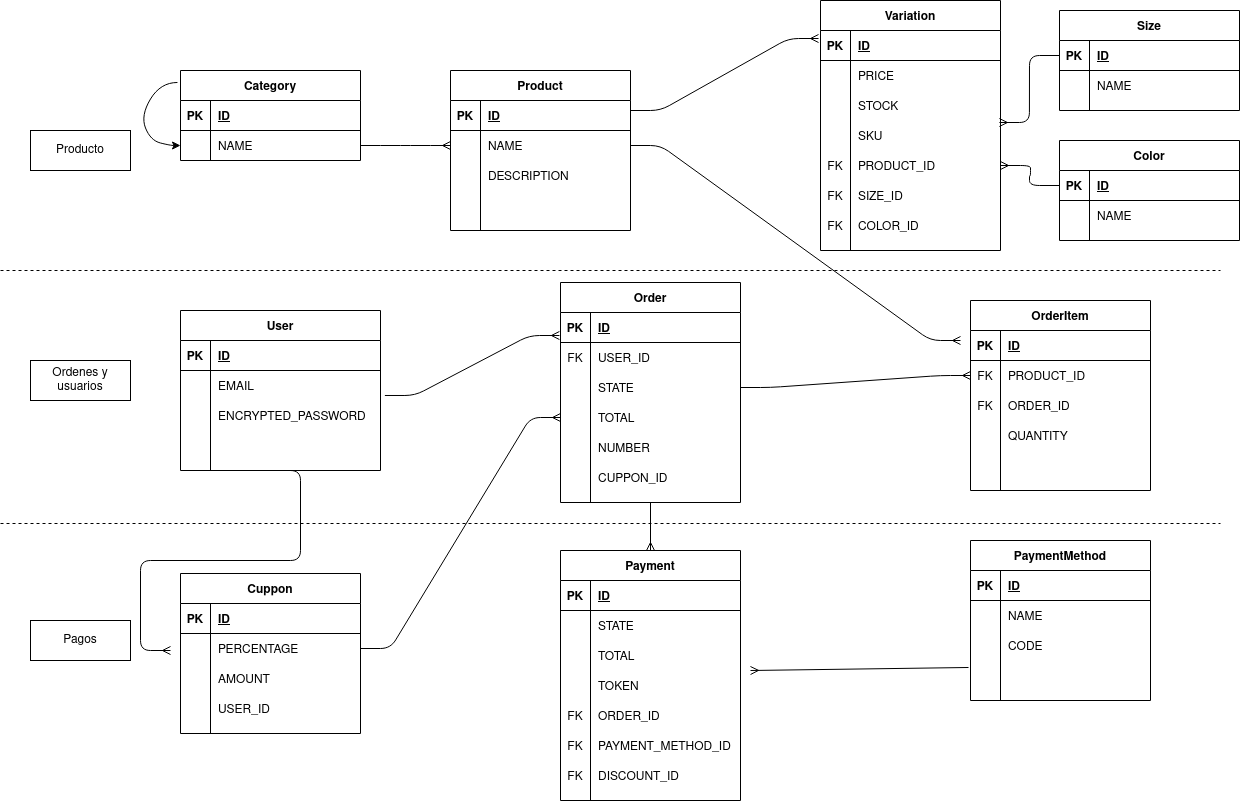
Above: ecommerce.png in gilibethvega/e-comerce (draw.io), before the change. Source tidied: cells renumbered, new cells last; positions are measured from the earlier drawing's top-left corner, leaving out a move shared by most shapes.
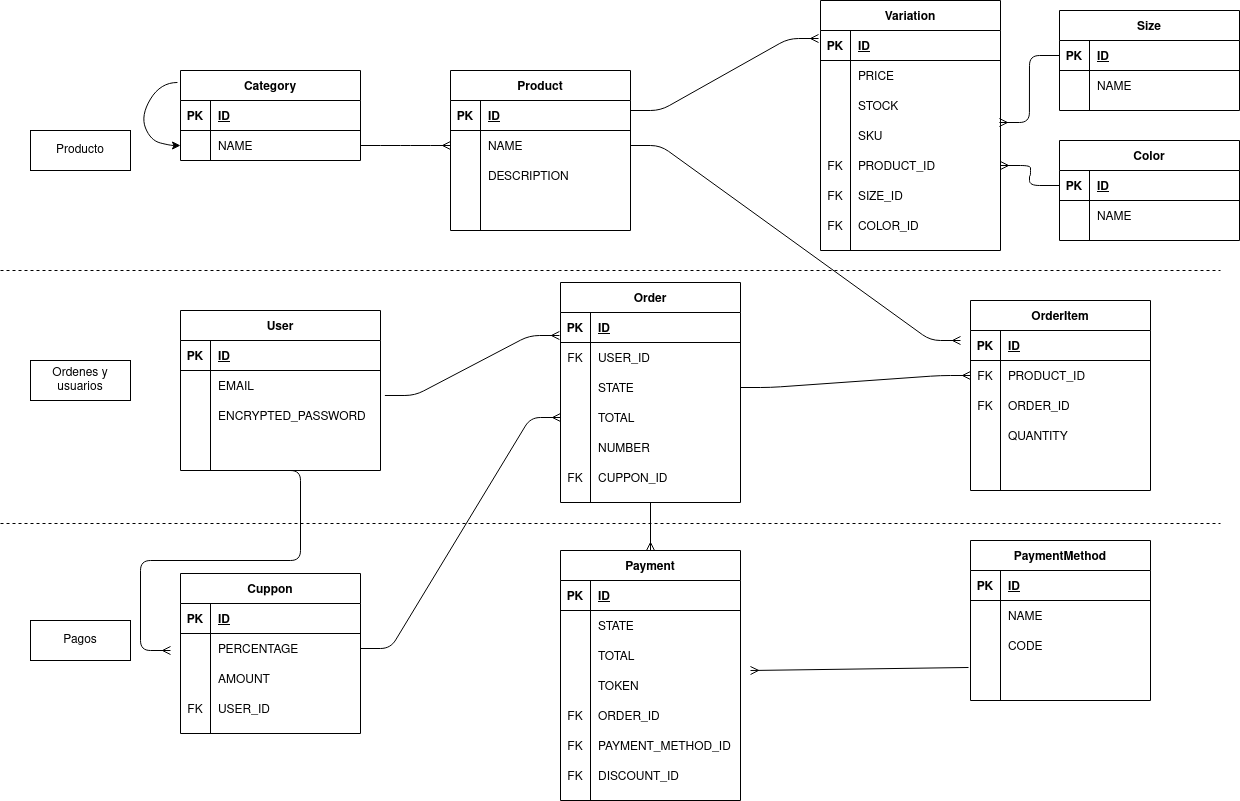
The same diagram one commit later.

Change to the diagram source:
```diff
@@ -243,7 +243,7 @@
     <mxCell id="78" style="shape=partialRectangle;fillColor=none;top=0;left=0;bottom=0;right=0;" parent="62" vertex="1">
       <mxGeometry y="180" width="180" height="30" as="geometry" />
     </mxCell>
-    <mxCell id="79" style="shape=partialRectangle;fillColor=none;top=0;left=0;bottom=0;right=0;overflow=hidden;" parent="78" vertex="1">
+    <mxCell id="79" value="FK" style="shape=partialRectangle;fillColor=none;top=0;left=0;bottom=0;right=0;overflow=hidden;" parent="78" vertex="1">
       <mxGeometry width="30" height="30" as="geometry" />
     </mxCell>
     <mxCell id="80" value="CUPPON_ID" style="shape=partialRectangle;fillColor=none;top=0;left=0;bottom=0;right=0;align=left;spacingLeft=6;overflow=hidden;" parent="78" vertex="1">
@@ -520,7 +520,7 @@
     <mxCell id="167" style="shape=partialRectangle;fillColor=none;top=0;left=0;bottom=0;right=0;" parent="157" vertex="1">
       <mxGeometry y="120" width="180" height="30" as="geometry" />
     </mxCell>
-    <mxCell id="168" style="shape=partialRectangle;fillColor=none;top=0;left=0;bottom=0;right=0;overflow=hidden;" parent="167" vertex="1">
+    <mxCell id="168" value="FK" style="shape=partialRectangle;fillColor=none;top=0;left=0;bottom=0;right=0;overflow=hidden;" parent="167" vertex="1">
       <mxGeometry width="30" height="30" as="geometry" />
     </mxCell>
     <mxCell id="169" value="USER_ID" style="shape=partialRectangle;fillColor=none;top=0;left=0;bottom=0;right=0;align=left;spacingLeft=6;overflow=hidden;" parent="167" vertex="1">
```
